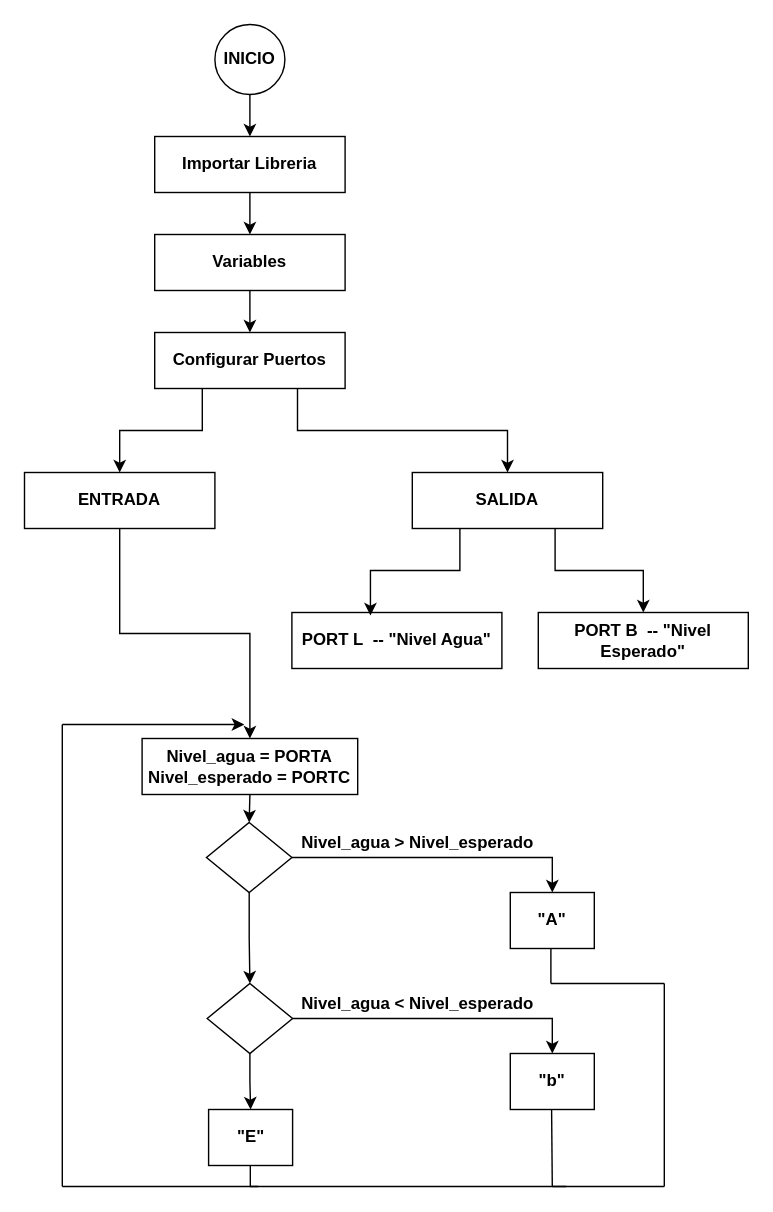
Earlier version of the draw.io diagram Diagrama sin título.drawio (LillyOlivar/Proyectos-VHDL). Source tidied: cells renumbered, new cells numbered last; positions are measured from the earlier drawing's top-left corner, leaving out a move shared by most shapes. Both pictures are drawn from the tidied source at 140%, with x=0, y=0 at pixel (24, 24).
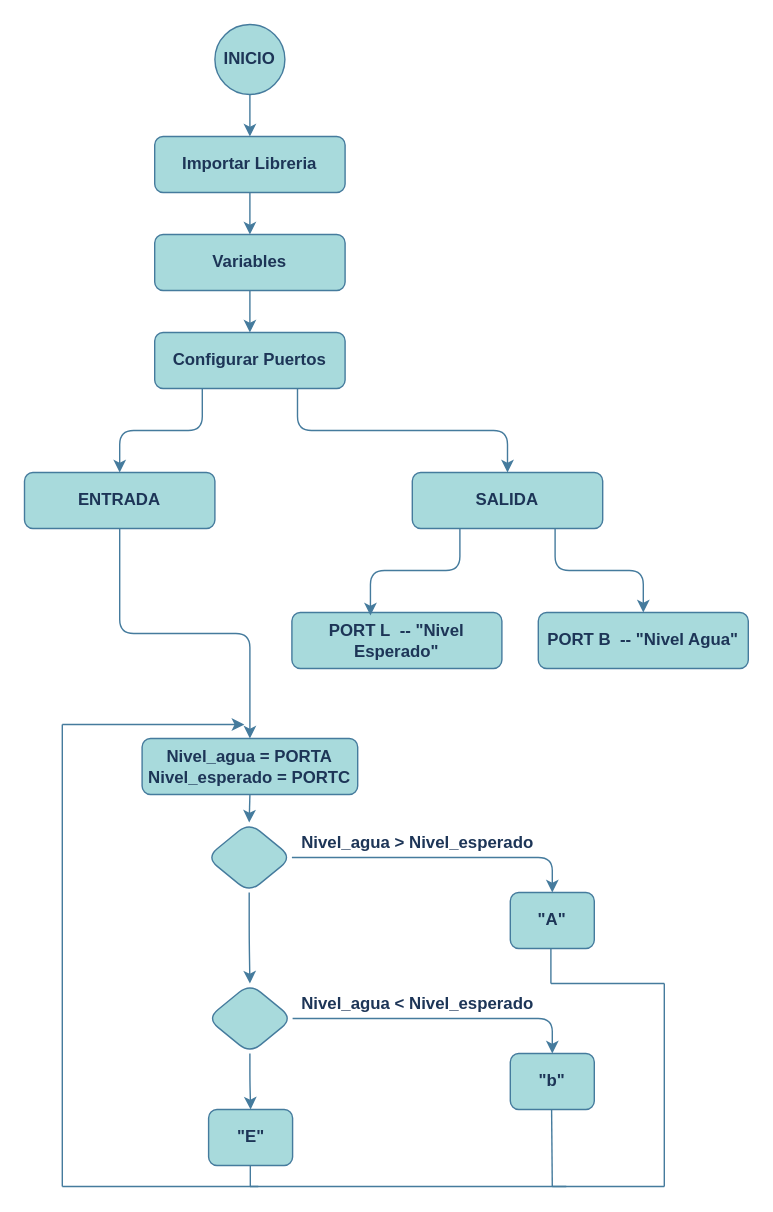
Above is the later version.

Diff of the diagram source:
```diff
@@
-    <mxCell id="2" style="edgeStyle=orthogonalEdgeStyle;rounded=0;jettySize=auto;html=1;exitX=0.5;exitY=1;exitDx=0;exitDy=0;entryX=0.5;entryY=0;entryDx=0;entryDy=0;" parent="1" edge="1" source="3" target="5">
+    <mxCell id="2" style="edgeStyle=orthogonalEdgeStyle;rounded=1;jettySize=auto;html=1;exitX=0.5;exitY=1;exitDx=0;exitDy=0;entryX=0.5;entryY=0;entryDx=0;entryDy=0;fillColor=#A8DADC;strokeColor=#457B9D;labelBackgroundColor=none;fontColor=default;" parent="1" edge="1" source="3" target="5">
       <mxGeometry relative="1" as="geometry" />
     </mxCell>
-    <mxCell id="3" value="INICIO" style="ellipse;whiteSpace=wrap;html=1;fontStyle=1;" parent="1" vertex="1">
+    <mxCell id="3" value="INICIO" style="ellipse;whiteSpace=wrap;html=1;fontStyle=1;fillColor=#A8DADC;strokeColor=#457B9D;rounded=1;labelBackgroundColor=none;fontColor=#1D3557;" parent="1" vertex="1">
       <mxGeometry x="136" width="50" height="50" as="geometry" />
     </mxCell>
-    <mxCell id="4" style="edgeStyle=orthogonalEdgeStyle;rounded=0;jettySize=auto;html=1;exitX=0.5;exitY=1;exitDx=0;exitDy=0;entryX=0.5;entryY=0;entryDx=0;entryDy=0;" parent="1" edge="1" source="5" target="7">
+    <mxCell id="4" style="edgeStyle=orthogonalEdgeStyle;rounded=1;jettySize=auto;html=1;exitX=0.5;exitY=1;exitDx=0;exitDy=0;entryX=0.5;entryY=0;entryDx=0;entryDy=0;fillColor=#A8DADC;strokeColor=#457B9D;labelBackgroundColor=none;fontColor=default;" parent="1" edge="1" source="5" target="7">
       <mxGeometry relative="1" as="geometry" />
     </mxCell>
-    <mxCell id="5" value="Importar Libreria" style="rounded=0;whiteSpace=wrap;html=1;fontStyle=1;" parent="1" vertex="1">
+    <mxCell id="5" value="Importar Libreria" style="rounded=1;whiteSpace=wrap;html=1;fontStyle=1;fillColor=#A8DADC;strokeColor=#457B9D;labelBackgroundColor=none;fontColor=#1D3557;" parent="1" vertex="1">
       <mxGeometry x="93" y="80" width="136" height="40" as="geometry" />
     </mxCell>
-    <mxCell id="6" style="edgeStyle=orthogonalEdgeStyle;rounded=0;jettySize=auto;html=1;exitX=0.5;exitY=1;exitDx=0;exitDy=0;entryX=0.5;entryY=0;entryDx=0;entryDy=0;" parent="1" edge="1" source="7" target="10">
+    <mxCell id="6" style="edgeStyle=orthogonalEdgeStyle;rounded=1;jettySize=auto;html=1;exitX=0.5;exitY=1;exitDx=0;exitDy=0;entryX=0.5;entryY=0;entryDx=0;entryDy=0;fillColor=#A8DADC;strokeColor=#457B9D;labelBackgroundColor=none;fontColor=default;" parent="1" edge="1" source="7" target="10">
       <mxGeometry relative="1" as="geometry" />
     </mxCell>
-    <mxCell id="7" value="Variables" style="rounded=0;whiteSpace=wrap;html=1;fontStyle=1;" parent="1" vertex="1">
+    <mxCell id="7" value="Variables" style="rounded=1;whiteSpace=wrap;html=1;fontStyle=1;fillColor=#A8DADC;strokeColor=#457B9D;labelBackgroundColor=none;fontColor=#1D3557;" parent="1" vertex="1">
       <mxGeometry x="93" y="150" width="136" height="40" as="geometry" />
     </mxCell>
-    <mxCell id="8" style="edgeStyle=orthogonalEdgeStyle;rounded=0;jettySize=auto;html=1;exitX=0.25;exitY=1;exitDx=0;exitDy=0;entryX=0.5;entryY=0;entryDx=0;entryDy=0;" parent="1" edge="1" source="10" target="37">
+    <mxCell id="8" style="edgeStyle=orthogonalEdgeStyle;rounded=1;jettySize=auto;html=1;exitX=0.25;exitY=1;exitDx=0;exitDy=0;entryX=0.5;entryY=0;entryDx=0;entryDy=0;fillColor=#A8DADC;strokeColor=#457B9D;labelBackgroundColor=none;fontColor=default;" parent="1" edge="1" source="10" target="37">
       <mxGeometry relative="1" as="geometry" />
     </mxCell>
-    <mxCell id="9" style="edgeStyle=orthogonalEdgeStyle;rounded=0;jettySize=auto;html=1;exitX=0.75;exitY=1;exitDx=0;exitDy=0;entryX=0.5;entryY=0;entryDx=0;entryDy=0;" parent="1" edge="1" source="10" target="39">
+    <mxCell id="9" style="edgeStyle=orthogonalEdgeStyle;rounded=1;jettySize=auto;html=1;exitX=0.75;exitY=1;exitDx=0;exitDy=0;entryX=0.5;entryY=0;entryDx=0;entryDy=0;fillColor=#A8DADC;strokeColor=#457B9D;labelBackgroundColor=none;fontColor=default;" parent="1" edge="1" source="10" target="39">
       <mxGeometry relative="1" as="geometry" />
     </mxCell>
-    <mxCell id="10" value="Configurar Puertos" style="rounded=0;whiteSpace=wrap;html=1;fontStyle=1;" parent="1" vertex="1">
+    <mxCell id="10" value="Configurar Puertos" style="rounded=1;whiteSpace=wrap;html=1;fontStyle=1;fillColor=#A8DADC;strokeColor=#457B9D;labelBackgroundColor=none;fontColor=#1D3557;" parent="1" vertex="1">
       <mxGeometry x="93" y="220" width="136" height="40" as="geometry" />
     </mxCell>
-    <mxCell id="11" style="edgeStyle=orthogonalEdgeStyle;rounded=0;jettySize=auto;html=1;exitX=0.5;exitY=1;exitDx=0;exitDy=0;entryX=0.5;entryY=0;entryDx=0;entryDy=0;" parent="1" edge="1" source="12" target="15">
+    <mxCell id="11" style="edgeStyle=orthogonalEdgeStyle;rounded=1;jettySize=auto;html=1;exitX=0.5;exitY=1;exitDx=0;exitDy=0;entryX=0.5;entryY=0;entryDx=0;entryDy=0;fillColor=#A8DADC;strokeColor=#457B9D;labelBackgroundColor=none;fontColor=default;" parent="1" edge="1" source="12" target="15">
       <mxGeometry relative="1" as="geometry" />
     </mxCell>
-    <mxCell id="12" value="Nivel_agua = PORTA&lt;br&gt;Nivel_esperado = PORTC" style="rounded=0;whiteSpace=wrap;html=1;fontStyle=1;" parent="1" vertex="1">
+    <mxCell id="12" value="Nivel_agua = PORTA&lt;br&gt;Nivel_esperado = PORTC" style="rounded=1;whiteSpace=wrap;html=1;fontStyle=1;fillColor=#A8DADC;strokeColor=#457B9D;labelBackgroundColor=none;fontColor=#1D3557;" parent="1" vertex="1">
       <mxGeometry x="84" y="510" width="154" height="40" as="geometry" />
     </mxCell>
-    <mxCell id="13" style="edgeStyle=orthogonalEdgeStyle;rounded=0;jettySize=auto;html=1;exitX=1;exitY=0.5;exitDx=0;exitDy=0;entryX=0.5;entryY=0;entryDx=0;entryDy=0;" parent="1" edge="1" source="15" target="19">
+    <mxCell id="13" style="edgeStyle=orthogonalEdgeStyle;rounded=1;jettySize=auto;html=1;exitX=1;exitY=0.5;exitDx=0;exitDy=0;entryX=0.5;entryY=0;entryDx=0;entryDy=0;fillColor=#A8DADC;strokeColor=#457B9D;labelBackgroundColor=none;fontColor=default;" parent="1" edge="1" source="15" target="19">
       <mxGeometry relative="1" as="geometry" />
     </mxCell>
-    <mxCell id="14" style="edgeStyle=orthogonalEdgeStyle;rounded=0;jettySize=auto;html=1;exitX=0.5;exitY=1;exitDx=0;exitDy=0;entryX=0.5;entryY=0;entryDx=0;entryDy=0;" parent="1" edge="1" source="15" target="18">
+    <mxCell id="14" style="edgeStyle=orthogonalEdgeStyle;rounded=1;jettySize=auto;html=1;exitX=0.5;exitY=1;exitDx=0;exitDy=0;entryX=0.5;entryY=0;entryDx=0;entryDy=0;fillColor=#A8DADC;strokeColor=#457B9D;labelBackgroundColor=none;fontColor=default;" parent="1" edge="1" source="15" target="18">
       <mxGeometry relative="1" as="geometry" />
     </mxCell>
-    <mxCell id="15" style="rhombus;whiteSpace=wrap;html=1;" parent="1" vertex="1">
+    <mxCell id="15" style="rhombus;whiteSpace=wrap;html=1;fillColor=#A8DADC;strokeColor=#457B9D;rounded=1;labelBackgroundColor=none;fontColor=#1D3557;" parent="1" vertex="1">
       <mxGeometry x="130" y="570" width="61" height="50" as="geometry" />
     </mxCell>
-    <mxCell id="16" style="edgeStyle=orthogonalEdgeStyle;rounded=0;jettySize=auto;html=1;exitX=1;exitY=0.5;exitDx=0;exitDy=0;entryX=0.5;entryY=0;entryDx=0;entryDy=0;" parent="1" edge="1" source="18" target="20">
+    <mxCell id="16" style="edgeStyle=orthogonalEdgeStyle;rounded=1;jettySize=auto;html=1;exitX=1;exitY=0.5;exitDx=0;exitDy=0;entryX=0.5;entryY=0;entryDx=0;entryDy=0;fillColor=#A8DADC;strokeColor=#457B9D;labelBackgroundColor=none;fontColor=default;" parent="1" edge="1" source="18" target="20">
       <mxGeometry relative="1" as="geometry" />
     </mxCell>
-    <mxCell id="17" style="edgeStyle=orthogonalEdgeStyle;rounded=0;jettySize=auto;html=1;exitX=0.5;exitY=1;exitDx=0;exitDy=0;entryX=0.5;entryY=0;entryDx=0;entryDy=0;" parent="1" edge="1" source="18" target="23">
+    <mxCell id="17" style="edgeStyle=orthogonalEdgeStyle;rounded=1;jettySize=auto;html=1;exitX=0.5;exitY=1;exitDx=0;exitDy=0;entryX=0.5;entryY=0;entryDx=0;entryDy=0;fillColor=#A8DADC;strokeColor=#457B9D;labelBackgroundColor=none;fontColor=default;" parent="1" edge="1" source="18" target="23">
       <mxGeometry relative="1" as="geometry" />
     </mxCell>
-    <mxCell id="18" style="rhombus;whiteSpace=wrap;html=1;" parent="1" vertex="1">
+    <mxCell id="18" style="rhombus;whiteSpace=wrap;html=1;fillColor=#A8DADC;strokeColor=#457B9D;rounded=1;labelBackgroundColor=none;fontColor=#1D3557;" parent="1" vertex="1">
       <mxGeometry x="130.5" y="685" width="61" height="50" as="geometry" />
     </mxCell>
-    <mxCell id="19" value="&quot;A&quot;" style="rounded=0;whiteSpace=wrap;html=1;fontStyle=1;" parent="1" vertex="1">
+    <mxCell id="19" value="&quot;A&quot;" style="rounded=1;whiteSpace=wrap;html=1;fontStyle=1;fillColor=#A8DADC;strokeColor=#457B9D;labelBackgroundColor=none;fontColor=#1D3557;" parent="1" vertex="1">
       <mxGeometry x="347" y="620" width="60" height="40" as="geometry" />
     </mxCell>
-    <mxCell id="20" value="&quot;b&quot;" style="rounded=0;whiteSpace=wrap;html=1;fontStyle=1;" parent="1" vertex="1">
+    <mxCell id="20" value="&quot;b&quot;" style="rounded=1;whiteSpace=wrap;html=1;fontStyle=1;fillColor=#A8DADC;strokeColor=#457B9D;labelBackgroundColor=none;fontColor=#1D3557;" parent="1" vertex="1">
       <mxGeometry x="347" y="735" width="60" height="40" as="geometry" />
     </mxCell>
-    <mxCell id="21" value="Nivel_agua &amp;gt; Nivel_esperado" style="text;html=1;strokeColor=none;fillColor=none;align=center;verticalAlign=middle;whiteSpace=wrap;rounded=0;fontStyle=1;" parent="1" vertex="1">
+    <mxCell id="21" value="Nivel_agua &amp;gt; Nivel_esperado" style="text;html=1;strokeColor=none;fillColor=none;align=center;verticalAlign=middle;whiteSpace=wrap;rounded=1;fontStyle=1;labelBackgroundColor=none;fontColor=#1D3557;" parent="1" vertex="1">
       <mxGeometry x="186" y="570" width="190" height="30" as="geometry" />
     </mxCell>
-    <mxCell id="22" value="Nivel_agua &amp;lt; Nivel_esperado" style="text;html=1;strokeColor=none;fillColor=none;align=center;verticalAlign=middle;whiteSpace=wrap;rounded=0;fontStyle=1;" parent="1" vertex="1">
+    <mxCell id="22" value="Nivel_agua &amp;lt; Nivel_esperado" style="text;html=1;strokeColor=none;fillColor=none;align=center;verticalAlign=middle;whiteSpace=wrap;rounded=1;fontStyle=1;labelBackgroundColor=none;fontColor=#1D3557;" parent="1" vertex="1">
       <mxGeometry x="186" y="685" width="190" height="30" as="geometry" />
     </mxCell>
-    <mxCell id="23" value="&quot;E&quot;" style="rounded=0;whiteSpace=wrap;html=1;fontStyle=1;" parent="1" vertex="1">
+    <mxCell id="23" value="&quot;E&quot;" style="rounded=1;whiteSpace=wrap;html=1;fontStyle=1;fillColor=#A8DADC;strokeColor=#457B9D;labelBackgroundColor=none;fontColor=#1D3557;" parent="1" vertex="1">
       <mxGeometry x="131.5" y="775" width="60" height="40" as="geometry" />
     </mxCell>
-    <mxCell id="24" style="endArrow=none;html=1;rounded=0;exitX=1;exitY=0;exitDx=0;exitDy=0;" parent="1" edge="1" source="22">
+    <mxCell id="24" style="endArrow=none;html=1;rounded=1;exitX=1;exitY=0;exitDx=0;exitDy=0;fillColor=#A8DADC;strokeColor=#457B9D;labelBackgroundColor=none;fontColor=default;" parent="1" edge="1" source="22">
       <mxGeometry relative="1" as="geometry">
         <mxPoint x="376" y="660" as="targetPoint" />
       </mxGeometry>
     </mxCell>
-    <mxCell id="25" style="endArrow=none;html=1;rounded=0;" parent="1" edge="1">
+    <mxCell id="25" style="endArrow=none;html=1;rounded=1;fillColor=#A8DADC;strokeColor=#457B9D;labelBackgroundColor=none;fontColor=default;" parent="1" edge="1">
       <mxGeometry relative="1" as="geometry">
         <mxPoint x="376" y="685" as="sourcePoint" />
         <mxPoint x="457" y="685" as="targetPoint" />
       </mxGeometry>
     </mxCell>
-    <mxCell id="26" style="endArrow=none;html=1;rounded=0;" parent="1" edge="1">
+    <mxCell id="26" style="endArrow=none;html=1;rounded=1;fillColor=#A8DADC;strokeColor=#457B9D;labelBackgroundColor=none;fontColor=default;" parent="1" edge="1">
       <mxGeometry relative="1" as="geometry">
         <mxPoint x="457" y="830" as="sourcePoint" />
         <mxPoint x="457" y="685" as="targetPoint" />
       </mxGeometry>
     </mxCell>
-    <mxCell id="27" style="endArrow=none;html=1;rounded=0;" parent="1" edge="1">
+    <mxCell id="27" style="endArrow=none;html=1;rounded=1;fillColor=#A8DADC;strokeColor=#457B9D;labelBackgroundColor=none;fontColor=default;" parent="1" edge="1">
       <mxGeometry relative="1" as="geometry">
         <mxPoint x="377" y="830" as="sourcePoint" />
         <mxPoint x="457" y="830" as="targetPoint" />
       </mxGeometry>
     </mxCell>
-    <mxCell id="28" style="endArrow=none;html=1;rounded=0;" parent="1" edge="1">
+    <mxCell id="28" style="endArrow=none;html=1;rounded=1;fillColor=#A8DADC;strokeColor=#457B9D;labelBackgroundColor=none;fontColor=default;" parent="1" edge="1">
       <mxGeometry relative="1" as="geometry">
         <mxPoint x="377" y="830" as="sourcePoint" />
         <mxPoint x="376.5" y="775" as="targetPoint" />
       </mxGeometry>
     </mxCell>
-    <mxCell id="29" style="endArrow=none;html=1;rounded=0;" parent="1" edge="1">
+    <mxCell id="29" style="endArrow=none;html=1;rounded=1;fillColor=#A8DADC;strokeColor=#457B9D;labelBackgroundColor=none;fontColor=default;" parent="1" edge="1">
       <mxGeometry relative="1" as="geometry">
         <mxPoint x="161" y="830" as="sourcePoint" />
         <mxPoint x="387" y="830" as="targetPoint" />
       </mxGeometry>
     </mxCell>
-    <mxCell id="30" style="endArrow=none;html=1;rounded=0;" parent="1" edge="1">
+    <mxCell id="30" style="endArrow=none;html=1;rounded=1;fillColor=#A8DADC;strokeColor=#457B9D;labelBackgroundColor=none;fontColor=default;" parent="1" edge="1">
       <mxGeometry relative="1" as="geometry">
         <mxPoint x="161.3" y="830" as="sourcePoint" />
         <mxPoint x="161.3" y="815" as="targetPoint" />
       </mxGeometry>
     </mxCell>
-    <mxCell id="31" style="endArrow=classic;html=1;rounded=0;" parent="1" edge="1">
+    <mxCell id="31" style="endArrow=classic;html=1;rounded=1;fillColor=#A8DADC;strokeColor=#457B9D;labelBackgroundColor=none;fontColor=default;" parent="1" edge="1">
       <mxGeometry relative="1" as="geometry">
         <mxPoint x="27" y="500" as="sourcePoint" />
         <mxPoint x="157" y="500" as="targetPoint" />
       </mxGeometry>
     </mxCell>
-    <mxCell id="32" style="endArrow=none;html=1;rounded=0;" parent="1" edge="1">
+    <mxCell id="32" style="endArrow=none;html=1;rounded=1;fillColor=#A8DADC;strokeColor=#457B9D;labelBackgroundColor=none;fontColor=default;" parent="1" edge="1">
       <mxGeometry relative="1" as="geometry">
         <mxPoint x="27" y="830" as="sourcePoint" />
         <mxPoint x="27" y="500" as="targetPoint" />
       </mxGeometry>
     </mxCell>
-    <mxCell id="33" style="endArrow=none;html=1;rounded=0;" parent="1" edge="1">
+    <mxCell id="33" style="endArrow=none;html=1;rounded=1;fillColor=#A8DADC;strokeColor=#457B9D;labelBackgroundColor=none;fontColor=default;" parent="1" edge="1">
       <mxGeometry relative="1" as="geometry">
         <mxPoint x="27" y="830" as="sourcePoint" />
         <mxPoint x="167" y="830" as="targetPoint" />
       </mxGeometry>
     </mxCell>
-    <mxCell id="34" value="PORT L&amp;nbsp; -- &quot;Nivel Agua&quot;" style="rounded=0;whiteSpace=wrap;html=1;fontStyle=1;" parent="1" vertex="1">
+    <mxCell id="34" value="PORT L&amp;nbsp; -- &quot;Nivel Esperado&quot;" style="rounded=1;whiteSpace=wrap;html=1;fontStyle=1;fillColor=#A8DADC;strokeColor=#457B9D;labelBackgroundColor=none;fontColor=#1D3557;" parent="1" vertex="1">
       <mxGeometry x="191" y="420" width="150" height="40" as="geometry" />
     </mxCell>
-    <mxCell id="35" value="PORT B&amp;nbsp; -- &quot;Nivel Esperado&quot;" style="rounded=0;whiteSpace=wrap;html=1;fontStyle=1;" parent="1" vertex="1">
+    <mxCell id="35" value="PORT B&amp;nbsp; -- &quot;Nivel Agua&quot;" style="rounded=1;whiteSpace=wrap;html=1;fontStyle=1;labelBackgroundColor=none;fillColor=#A8DADC;strokeColor=#457B9D;fontColor=#1D3557;" parent="1" vertex="1">
       <mxGeometry x="367" y="420" width="150" height="40" as="geometry" />
     </mxCell>
-    <mxCell id="36" style="edgeStyle=orthogonalEdgeStyle;rounded=0;jettySize=auto;html=1;exitX=0.5;exitY=1;exitDx=0;exitDy=0;entryX=0.5;entryY=0;entryDx=0;entryDy=0;" parent="1" edge="1" source="37" target="12">
+    <mxCell id="36" style="edgeStyle=orthogonalEdgeStyle;rounded=1;jettySize=auto;html=1;exitX=0.5;exitY=1;exitDx=0;exitDy=0;entryX=0.5;entryY=0;entryDx=0;entryDy=0;fillColor=#A8DADC;strokeColor=#457B9D;labelBackgroundColor=none;fontColor=default;" parent="1" edge="1" source="37" target="12">
       <mxGeometry relative="1" as="geometry" />
     </mxCell>
-    <mxCell id="37" value="ENTRADA" style="rounded=0;whiteSpace=wrap;html=1;fontStyle=1;" parent="1" vertex="1">
+    <mxCell id="37" value="ENTRADA" style="rounded=1;whiteSpace=wrap;html=1;fontStyle=1;fillColor=#A8DADC;strokeColor=#457B9D;labelBackgroundColor=none;fontColor=#1D3557;" parent="1" vertex="1">
       <mxGeometry y="320" width="136" height="40" as="geometry" />
     </mxCell>
-    <mxCell id="38" style="edgeStyle=orthogonalEdgeStyle;rounded=0;jettySize=auto;html=1;exitX=0.75;exitY=1;exitDx=0;exitDy=0;entryX=0.5;entryY=0;entryDx=0;entryDy=0;" parent="1" edge="1" source="39" target="35">
+    <mxCell id="38" style="edgeStyle=orthogonalEdgeStyle;rounded=1;jettySize=auto;html=1;exitX=0.75;exitY=1;exitDx=0;exitDy=0;entryX=0.5;entryY=0;entryDx=0;entryDy=0;fillColor=#A8DADC;strokeColor=#457B9D;labelBackgroundColor=none;fontColor=default;" parent="1" edge="1" source="39" target="35">
       <mxGeometry relative="1" as="geometry" />
     </mxCell>
-    <mxCell id="39" value="SALIDA" style="rounded=0;whiteSpace=wrap;html=1;fontStyle=1;" parent="1" vertex="1">
+    <mxCell id="39" value="SALIDA" style="rounded=1;whiteSpace=wrap;html=1;fontStyle=1;fillColor=#A8DADC;strokeColor=#457B9D;labelBackgroundColor=none;fontColor=#1D3557;" parent="1" vertex="1">
       <mxGeometry x="277" y="320" width="136" height="40" as="geometry" />
     </mxCell>
-    <mxCell id="40" style="edgeStyle=orthogonalEdgeStyle;rounded=0;jettySize=auto;html=1;exitX=0.25;exitY=1;exitDx=0;exitDy=0;entryX=0.374;entryY=0.053;entryDx=0;entryDy=0;entryPerimeter=0;" parent="1" edge="1" source="39" target="34">
+    <mxCell id="40" style="edgeStyle=orthogonalEdgeStyle;rounded=1;jettySize=auto;html=1;exitX=0.25;exitY=1;exitDx=0;exitDy=0;entryX=0.374;entryY=0.053;entryDx=0;entryDy=0;entryPerimeter=0;fillColor=#A8DADC;strokeColor=#457B9D;labelBackgroundColor=none;fontColor=default;" parent="1" edge="1" source="39" target="34">
       <mxGeometry relative="1" as="geometry" />
     </mxCell>
```
